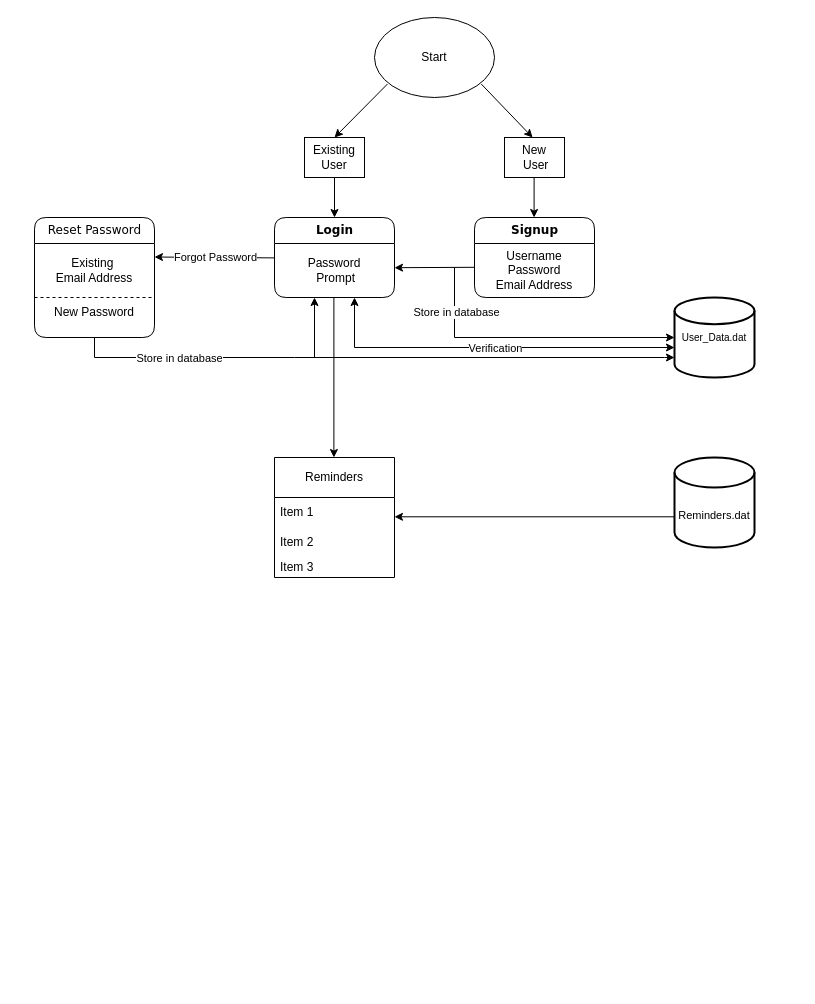
Nischall01/DDMS keeps this draw.io diagram as Untitled Diagram.drawio. Above is the earlier version. Source tidied: cells renumbered, new cells numbered last; positions are measured from the earlier drawing's top-left corner, leaving out a move shared by most shapes. Both pictures are drawn from the tidied source at 100%, with x=0, y=0 at pixel (34, 17).
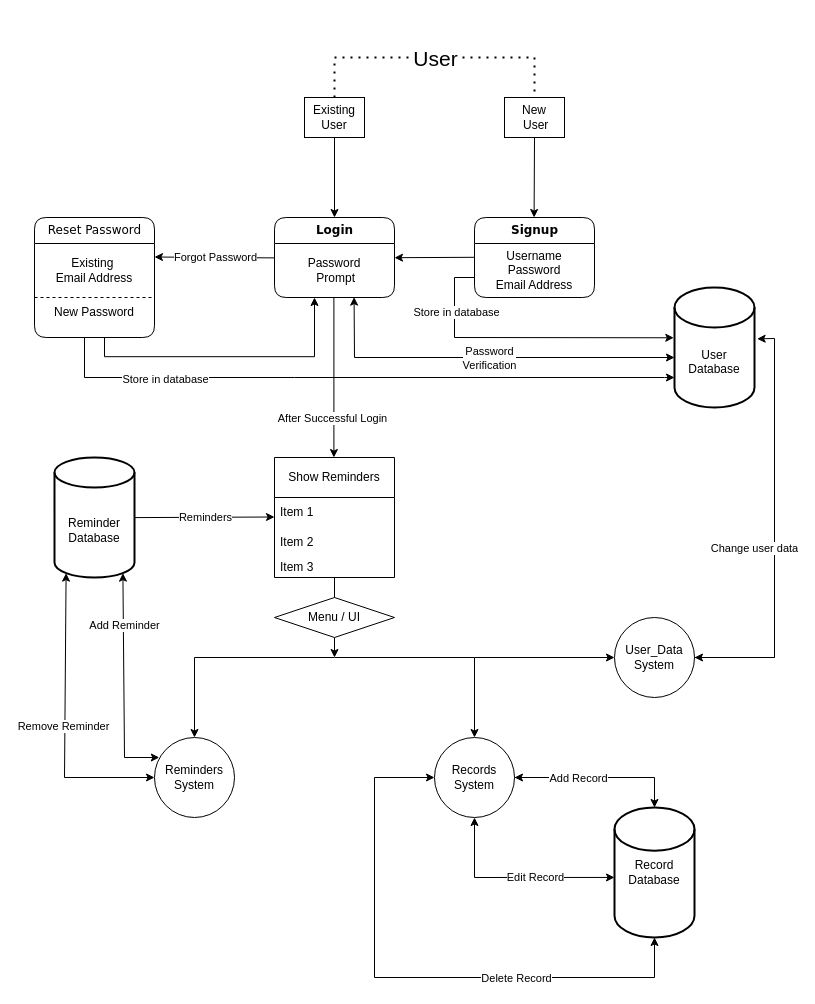
The same page after the edit.

Unchanged cells that the change refers to:
```xml
<mxCell id="7" value="&lt;h4&gt;Login&lt;/h4&gt;" style="swimlane;html=1;fontStyle=0;horizontal=1;startSize=26;swimlaneFillColor=#ffffff;align=center;rounded=1;shadow=0;comic=0;labelBackgroundColor=none;strokeWidth=1;fontFamily=Verdana;fontSize=12;" parent="1" vertex="1">
  <mxGeometry x="240" y="200" width="120" height="80" as="geometry" />
</mxCell>
<mxCell id="21" style="endArrow=classic;html=1;rounded=0;" parent="1" edge="1">
  <mxGeometry relative="1" as="geometry">
    <mxPoint x="299.4" y="280" as="sourcePoint" />
    <mxPoint x="299.4" y="440" as="targetPoint" />
  </mxGeometry>
</mxCell>
<mxCell id="30" value="&lt;div align=&quot;center&quot;&gt;Password&lt;/div&gt;&lt;div&gt;&amp;nbsp;Prompt&lt;/div&gt;" style="text;strokeColor=none;fillColor=none;align=center;verticalAlign=middle;spacingLeft=4;spacingRight=4;overflow=hidden;points=[[0,0.5],[1,0.5]];portConstraint=eastwest;whiteSpace=wrap;html=1;labelBackgroundColor=none;" parent="1" vertex="1">
  <mxGeometry x="240" y="226" width="120" height="54" as="geometry" />
</mxCell>
```

What changed in the source:
```diff
@@
-    <mxCell id="4" value="Start" style="ellipse;whiteSpace=wrap;html=1;labelBackgroundColor=none;" parent="1" vertex="1">
-      <mxGeometry x="340" width="120" height="80" as="geometry" />
-    </mxCell>
-    <mxCell id="5" style="endArrow=classic;html=1;rounded=0;exitX=0.108;exitY=0.832;exitDx=0;exitDy=0;exitPerimeter=0;labelBackgroundColor=none;fontColor=default;" parent="1" edge="1" source="4">
-      <mxGeometry relative="1" as="geometry">
-        <mxPoint x="300" y="120" as="targetPoint" />
-      </mxGeometry>
-    </mxCell>
-    <mxCell id="6" style="endArrow=classic;html=1;rounded=0;exitX=0.89;exitY=0.832;exitDx=0;exitDy=0;exitPerimeter=0;labelBackgroundColor=none;fontColor=default;" parent="1" edge="1" source="4">
-      <mxGeometry relative="1" as="geometry">
-        <mxPoint x="498.1" y="120" as="targetPoint" />
-      </mxGeometry>
-    </mxCell>
@@
     <mxCell id="14" style="endArrow=classic;html=1;rounded=0;entryX=0.997;entryY=0.449;entryDx=0;entryDy=0;entryPerimeter=0;exitX=-0.005;exitY=0.44;exitDx=0;exitDy=0;exitPerimeter=0;" parent="1" edge="1">
       <mxGeometry relative="1" as="geometry">
-        <mxPoint x="440.4" y="249.8" as="sourcePoint" />
-        <mxPoint x="360" y="250.2" as="targetPoint" />
+        <mxPoint x="440.4" y="239.8" as="sourcePoint" />
+        <mxPoint x="360" y="240.2" as="targetPoint" />
       </mxGeometry>
     </mxCell>
-    <mxCell id="15" style="endArrow=classic;html=1;rounded=0;entryX=0.248;entryY=1.103;entryDx=0;entryDy=0;entryPerimeter=0;" parent="1" edge="1">
+    <mxCell id="15" style="endArrow=classic;html=1;rounded=0;entryX=0.333;entryY=1.015;entryDx=0;entryDy=0;entryPerimeter=0;" parent="1" edge="1">
       <mxGeometry relative="1" as="geometry">
-        <mxPoint x="280" y="340" as="sourcePoint" />
+        <mxPoint x="70" y="320" as="sourcePoint" />
         <mxPoint x="280" y="280" as="targetPoint" />
+        <Array as="points">
+          <mxPoint x="70" y="339.2" />
+          <mxPoint x="280" y="339.2" />
+        </Array>
       </mxGeometry>
     </mxCell>
-    <mxCell id="16" value="&lt;p style=&quot;line-height: 120%;&quot;&gt;&lt;/p&gt;&lt;div align=&quot;center&quot;&gt;&lt;font style=&quot;font-size: 10px;&quot;&gt;User_Data.dat&lt;/font&gt;&lt;/div&gt;&lt;p&gt;&lt;/p&gt;" style="strokeWidth=2;html=1;shape=mxgraph.flowchart.database;whiteSpace=wrap;align=center;" parent="1" vertex="1">
-      <mxGeometry x="640" y="280" width="80" height="80" as="geometry" />
+    <mxCell id="16" value="&lt;p style=&quot;line-height: 100%;&quot;&gt;&lt;/p&gt;&lt;div&gt;&lt;br&gt;&lt;/div&gt;&lt;div&gt;&lt;br&gt;&lt;/div&gt;&lt;div&gt;User &lt;br&gt;&lt;/div&gt;&lt;div&gt;Database&lt;/div&gt;&lt;p&gt;&lt;/p&gt;" style="strokeWidth=2;html=1;shape=mxgraph.flowchart.database;whiteSpace=wrap;align=center;" parent="1" vertex="1">
+      <mxGeometry x="640" y="270" width="80" height="120" as="geometry" />
     </mxCell>
-    <mxCell id="17" style="endArrow=classic;html=1;rounded=0;entryX=0;entryY=0.5;entryDx=0;entryDy=0;entryPerimeter=0;" parent="1" edge="1" target="16">
+    <mxCell id="17" style="endArrow=classic;html=1;rounded=0;entryX=-0.009;entryY=0.419;entryDx=0;entryDy=0;entryPerimeter=0;" parent="1" edge="1" target="16">
       <mxGeometry relative="1" as="geometry">
-        <mxPoint x="420" y="250" as="sourcePoint" />
+        <mxPoint x="440" y="260" as="sourcePoint" />
         <Array as="points">
+          <mxPoint x="420" y="260" />
           <mxPoint x="420" y="320" />
         </Array>
       </mxGeometry>
     </mxCell>
     <mxCell id="18" value="&lt;div&gt;Store in database&lt;/div&gt;" style="edgeLabel;html=1;align=center;verticalAlign=middle;" parent="17" vertex="1">
       <mxGeometry x="-0.81" y="1" relative="1" as="geometry">
-        <mxPoint y="16" as="offset" />
+        <mxPoint y="26" as="offset" />
       </mxGeometry>
     </mxCell>
-    <mxCell id="19" style="endArrow=classic;startArrow=classic;html=1;rounded=0;" parent="1" edge="1">
+    <mxCell id="19" style="endArrow=classic;startArrow=classic;html=1;rounded=0;entryX=0.663;entryY=0.993;entryDx=0;entryDy=0;entryPerimeter=0;" parent="1" edge="1" target="30">
       <mxGeometry relative="1" as="geometry">
-        <mxPoint x="640" y="330" as="sourcePoint" />
-        <mxPoint x="320" y="280" as="targetPoint" />
+        <mxPoint x="640" y="340" as="sourcePoint" />
         <Array as="points">
-          <mxPoint x="320" y="330" />
+          <mxPoint x="320" y="340" />
         </Array>
       </mxGeometry>
     </mxCell>
-    <mxCell id="20" value="&lt;div&gt;Verification&lt;/div&gt;" style="edgeLabel;html=1;align=center;verticalAlign=middle;" parent="19" vertex="1">
+    <mxCell id="20" value="Password&lt;div&gt;Verification&lt;/div&gt;" style="edgeLabel;html=1;align=center;verticalAlign=middle;" parent="19" vertex="1">
       <mxGeometry x="0.05" y="1" relative="1" as="geometry">
         <mxPoint x="14" y="-1" as="offset" />
       </mxGeometry>
     </mxCell>
@@
+    <mxCell id="35" value="After Successful Login" style="edgeLabel;html=1;align=center;verticalAlign=middle;" parent="21" vertex="1">
+      <mxGeometry x="0.25" y="-2" relative="1" as="geometry">
+        <mxPoint y="20" as="offset" />
+      </mxGeometry>
+    </mxCell>
-    <mxCell id="22" style="endArrow=classic;html=1;rounded=0;exitX=0.5;exitY=1;exitDx=0;exitDy=0;" parent="1" edge="1">
+    <mxCell id="22" style="endArrow=classic;html=1;rounded=0;" parent="1" edge="1">
       <mxGeometry relative="1" as="geometry">
-        <mxPoint x="60" y="320" as="sourcePoint" />
-        <mxPoint x="640" y="340" as="targetPoint" />
+        <mxPoint x="50" y="320" as="sourcePoint" />
+        <mxPoint x="640" y="360" as="targetPoint" />
         <Array as="points">
-          <mxPoint x="60" y="340" />
-          <mxPoint x="260" y="340" />
-          <mxPoint x="630" y="340" />
+          <mxPoint x="50" y="320" />
+          <mxPoint x="50" y="360" />
+          <mxPoint x="260" y="360" />
+          <mxPoint x="630" y="360" />
         </Array>
       </mxGeometry>
     </mxCell>
     <mxCell id="23" value="Store in database" style="edgeLabel;html=1;align=center;verticalAlign=middle;" parent="22" vertex="1">
       <mxGeometry x="-0.92" relative="1" as="geometry">
-        <mxPoint x="80" as="offset" />
+        <mxPoint x="80" y="16" as="offset" />
       </mxGeometry>
     </mxCell>
-    <mxCell id="24" value="Reminders" style="swimlane;fontStyle=0;horizontal=1;startSize=40;whiteSpace=wrap;html=1;" parent="1" vertex="1">
+    <mxCell id="24" value="Show Reminders" style="swimlane;fontStyle=0;horizontal=1;startSize=40;whiteSpace=wrap;html=1;" parent="1" vertex="1">
       <mxGeometry x="240" y="440" width="120" height="120" as="geometry" />
     </mxCell>
@@
+    <mxCell id="36" style="endArrow=classic;html=1;rounded=0;" parent="24" edge="1" source="54">
+      <mxGeometry relative="1" as="geometry">
+        <mxPoint x="60" y="200" as="targetPoint" />
+      </mxGeometry>
+    </mxCell>
@@
-    <mxCell id="28" style="endArrow=classic;html=1;rounded=0;entryX=1.025;entryY=0.081;entryDx=0;entryDy=0;entryPerimeter=0;" parent="1" edge="1">
+    <mxCell id="28" style="endArrow=classic;html=1;rounded=0;exitX=0;exitY=0.5;exitDx=0;exitDy=0;entryX=1;entryY=0;entryDx=0;entryDy=82.5;entryPerimeter=0;" parent="1" edge="1">
       <mxGeometry relative="1" as="geometry">
-        <mxPoint x="640" y="499.3" as="sourcePoint" />
-        <mxPoint x="360" y="499.3" as="targetPoint" />
+        <mxPoint x="100" y="500.1" as="sourcePoint" />
+        <mxPoint x="240" y="499.5" as="targetPoint" />
       </mxGeometry>
     </mxCell>
+    <mxCell id="37" value="Reminders" style="edgeLabel;html=1;align=center;verticalAlign=middle;" parent="28" vertex="1">
+      <mxGeometry x="-0.07" y="-2" relative="1" as="geometry">
+        <mxPoint x="5" y="-2" as="offset" />
+      </mxGeometry>
+    </mxCell>
-    <mxCell id="29" value="&lt;font style=&quot;font-size: 11px;&quot;&gt;Reminders.dat&lt;/font&gt;" style="shape=cylinder3;whiteSpace=wrap;html=1;boundedLbl=1;backgroundOutline=1;size=15;strokeWidth=2;" parent="1" vertex="1">
-      <mxGeometry x="640" y="440" width="80" height="90" as="geometry" />
+    <mxCell id="29" value="&lt;p align=&quot;center&quot; style=&quot;line-height: 100%;&quot;&gt;&lt;/p&gt;&lt;div align=&quot;center&quot;&gt;Reminder &lt;br&gt;&lt;/div&gt;&lt;div align=&quot;center&quot;&gt;Database&lt;br&gt;&lt;/div&gt;&lt;p align=&quot;center&quot;&gt;&lt;/p&gt;" style="shape=cylinder3;whiteSpace=wrap;html=1;boundedLbl=1;backgroundOutline=1;size=15;strokeWidth=2;align=center;" parent="1" vertex="1">
+      <mxGeometry x="20" y="440" width="80" height="120" as="geometry" />
     </mxCell>
@@
     <mxCell id="31" value="Existing User" style="rounded=0;whiteSpace=wrap;html=1;" parent="1" vertex="1">
-      <mxGeometry x="270" y="120" width="60" height="40" as="geometry" />
+      <mxGeometry x="270" y="80" width="60" height="40" as="geometry" />
     </mxCell>
     <mxCell id="32" value="&lt;div&gt;New&lt;/div&gt;&lt;div&gt;&amp;nbsp;User&lt;/div&gt;" style="rounded=0;whiteSpace=wrap;html=1;" parent="1" vertex="1">
-      <mxGeometry x="470" y="120" width="60" height="40" as="geometry" />
+      <mxGeometry x="470" y="80" width="60" height="40" as="geometry" />
     </mxCell>
-    <mxCell id="33" style="endArrow=classic;html=1;rounded=0;entryX=0.5;entryY=0;entryDx=0;entryDy=0;" parent="1" edge="1" target="7">
-      <mxGeometry relative="1" as="geometry">
-        <mxPoint x="300" y="160" as="sourcePoint" />
-      </mxGeometry>
+    <mxCell id="33" style="endArrow=classic;html=1;rounded=0;entryX=0.5;entryY=0;entryDx=0;entryDy=0;exitX=0.5;exitY=1;exitDx=0;exitDy=0;" parent="1" edge="1" source="31" target="7">
+      <mxGeometry relative="1" as="geometry" />
     </mxCell>
-    <mxCell id="34" style="endArrow=classic;html=1;rounded=0;entryX=0.5;entryY=0;entryDx=0;entryDy=0;" parent="1" edge="1">
+    <mxCell id="34" style="endArrow=classic;html=1;rounded=0;entryX=0.5;entryY=0;entryDx=0;entryDy=0;exitX=0.5;exitY=1;exitDx=0;exitDy=0;" parent="1" edge="1" source="32">
       <mxGeometry relative="1" as="geometry">
-        <mxPoint x="499.6" y="160" as="sourcePoint" />
         <mxPoint x="499.6" y="200" as="targetPoint" />
       </mxGeometry>
     </mxCell>
+    <mxCell id="38" style="endArrow=classic;startArrow=classic;html=1;rounded=0;" parent="1" edge="1">
+      <mxGeometry relative="1" as="geometry">
+        <mxPoint x="160" y="720" as="sourcePoint" />
+        <mxPoint x="440" y="720" as="targetPoint" />
+        <Array as="points">
+          <mxPoint x="160" y="640" />
+          <mxPoint x="300" y="640" />
+          <mxPoint x="440" y="640" />
+        </Array>
+      </mxGeometry>
+    </mxCell>
+    <mxCell id="39" style="endArrow=none;dashed=1;html=1;dashPattern=1 3;strokeWidth=2;rounded=0;entryX=0.5;entryY=0;entryDx=0;entryDy=0;" parent="1" edge="1" target="32">
+      <mxGeometry relative="1" as="geometry">
+        <mxPoint x="300" y="80" as="sourcePoint" />
+        <Array as="points">
+          <mxPoint x="300" y="40" />
+          <mxPoint x="500" y="40" />
+        </Array>
+      </mxGeometry>
+    </mxCell>
+    <mxCell id="40" value="&lt;font style=&quot;font-size: 21px;&quot;&gt;User&lt;/font&gt;" style="edgeLabel;html=1;align=center;verticalAlign=middle;" parent="39" vertex="1">
+      <mxGeometry x="-0.1" relative="1" as="geometry">
+        <mxPoint x="14" as="offset" />
+      </mxGeometry>
+    </mxCell>
+    <mxCell id="41" value="&lt;div&gt;Records&lt;/div&gt;&lt;div&gt;System&lt;br&gt;&lt;/div&gt;" style="ellipse;whiteSpace=wrap;html=1;" parent="1" vertex="1">
+      <mxGeometry x="400" y="720" width="80" height="80" as="geometry" />
+    </mxCell>
+    <mxCell id="42" value="&lt;div&gt;Reminders&lt;/div&gt;&lt;div&gt;System&lt;/div&gt;" style="ellipse;whiteSpace=wrap;html=1;" parent="1" vertex="1">
+      <mxGeometry x="120" y="720" width="80" height="80" as="geometry" />
+    </mxCell>
+    <mxCell id="43" style="endArrow=classic;html=1;rounded=0;entryX=0.855;entryY=1;entryDx=0;entryDy=-4.35;entryPerimeter=0;" parent="1" edge="1" target="29">
+      <mxGeometry relative="1" as="geometry">
+        <mxPoint x="90" y="740" as="sourcePoint" />
+        <Array as="points">
+          <mxPoint x="90" y="740" />
+        </Array>
+      </mxGeometry>
+    </mxCell>
+    <mxCell id="44" value="Add Reminder" style="edgeLabel;html=1;align=center;verticalAlign=middle;" parent="43" vertex="1">
+      <mxGeometry x="-0.25" y="-1" relative="1" as="geometry">
+        <mxPoint x="-1" y="-63" as="offset" />
+      </mxGeometry>
+    </mxCell>
+    <mxCell id="45" style="endArrow=classic;startArrow=classic;html=1;rounded=0;entryX=0;entryY=0.5;entryDx=0;entryDy=0;exitX=0.145;exitY=1;exitDx=0;exitDy=-4.35;exitPerimeter=0;" parent="1" edge="1" source="29" target="42">
+      <mxGeometry relative="1" as="geometry">
+        <Array as="points">
+          <mxPoint x="30" y="760" />
+        </Array>
+      </mxGeometry>
+    </mxCell>
+    <mxCell id="46" value="Remove Reminder" style="edgeLabel;html=1;align=center;verticalAlign=middle;" parent="45" vertex="1">
+      <mxGeometry x="0.2" relative="1" as="geometry">
+        <mxPoint x="-2" y="-24" as="offset" />
+      </mxGeometry>
+    </mxCell>
+    <mxCell id="47" value="Record&lt;br&gt;&lt;div&gt;Database&lt;/div&gt;" style="strokeWidth=2;html=1;shape=mxgraph.flowchart.database;whiteSpace=wrap;align=center;" parent="1" vertex="1">
+      <mxGeometry x="580" y="790" width="80" height="130" as="geometry" />
+    </mxCell>
+    <mxCell id="48" style="endArrow=classic;html=1;rounded=0;entryX=0.5;entryY=0;entryDx=0;entryDy=0;entryPerimeter=0;" parent="1" edge="1" target="47">
+      <mxGeometry relative="1" as="geometry">
+        <mxPoint x="480" y="760" as="sourcePoint" />
+        <Array as="points">
+          <mxPoint x="620" y="760" />
+        </Array>
+      </mxGeometry>
+    </mxCell>
+    <mxCell id="49" value="&lt;div&gt;Add Record&lt;/div&gt;" style="edgeLabel;html=1;align=center;verticalAlign=middle;" parent="48" vertex="1">
+      <mxGeometry x="-0.26" relative="1" as="geometry" />
+    </mxCell>
+    <mxCell id="50" style="endArrow=classic;startArrow=classic;html=1;rounded=0;exitX=0;exitY=0.538;exitDx=0;exitDy=0;exitPerimeter=0;" parent="1" edge="1" source="47">
+      <mxGeometry relative="1" as="geometry">
+        <mxPoint x="440" y="800" as="targetPoint" />
+        <Array as="points">
+          <mxPoint x="440" y="860" />
+        </Array>
+      </mxGeometry>
+    </mxCell>
+    <mxCell id="51" value="Edit Record" style="edgeLabel;html=1;align=center;verticalAlign=middle;" parent="50" vertex="1">
+      <mxGeometry x="-0.19" y="3" relative="1" as="geometry">
+        <mxPoint x="1" y="-3" as="offset" />
+      </mxGeometry>
+    </mxCell>
+    <mxCell id="52" style="endArrow=classic;startArrow=classic;html=1;rounded=0;exitX=0.5;exitY=1;exitDx=0;exitDy=0;exitPerimeter=0;" parent="1" edge="1" source="47">
+      <mxGeometry relative="1" as="geometry">
+        <mxPoint x="400" y="760" as="targetPoint" />
+        <Array as="points">
+          <mxPoint x="620" y="960" />
+          <mxPoint x="340" y="960" />
+          <mxPoint x="340" y="760" />
+        </Array>
+      </mxGeometry>
+    </mxCell>
+    <mxCell id="53" value="Delete Record" style="edgeLabel;html=1;align=center;verticalAlign=middle;" parent="52" vertex="1">
+      <mxGeometry x="-0.37" y="-3" relative="1" as="geometry">
+        <mxPoint x="4" y="3" as="offset" />
+      </mxGeometry>
+    </mxCell>
+    <mxCell id="54" value="Menu / UI" style="rhombus;whiteSpace=wrap;html=1;" parent="1" vertex="1">
+      <mxGeometry x="240" y="580" width="120" height="40" as="geometry" />
+    </mxCell>
+    <mxCell id="55" style="endArrow=none;html=1;rounded=0;exitX=0.5;exitY=0;exitDx=0;exitDy=0;" parent="1" edge="1" source="54">
+      <mxGeometry relative="1" as="geometry">
+        <mxPoint x="300" y="560" as="targetPoint" />
+      </mxGeometry>
+    </mxCell>
+    <mxCell id="56" style="endArrow=classic;html=1;rounded=0;entryX=0.06;entryY=0.25;entryDx=0;entryDy=0;entryPerimeter=0;" parent="1" edge="1" target="42">
+      <mxGeometry relative="1" as="geometry">
+        <mxPoint x="90" y="740" as="sourcePoint" />
+      </mxGeometry>
+    </mxCell>
+    <mxCell id="57" style="endArrow=classic;html=1;rounded=0;entryX=1;entryY=0.5;entryDx=0;entryDy=0;" parent="1" edge="1" target="41">
+      <mxGeometry relative="1" as="geometry">
+        <mxPoint x="510" y="760" as="sourcePoint" />
+      </mxGeometry>
+    </mxCell>
+    <mxCell id="58" style="endArrow=classic;html=1;rounded=0;" parent="1" edge="1">
+      <mxGeometry relative="1" as="geometry">
+        <mxPoint x="440" y="640" as="sourcePoint" />
+        <mxPoint x="580" y="640" as="targetPoint" />
+      </mxGeometry>
+    </mxCell>
+    <mxCell id="59" value="User_Data&lt;br&gt;System" style="ellipse;whiteSpace=wrap;html=1;" parent="1" vertex="1">
+      <mxGeometry x="580" y="600" width="80" height="80" as="geometry" />
+    </mxCell>
+    <mxCell id="60" style="endArrow=classic;html=1;rounded=0;entryX=1.033;entryY=0.428;entryDx=0;entryDy=0;entryPerimeter=0;" parent="1" edge="1" target="16">
+      <mxGeometry relative="1" as="geometry">
+        <mxPoint x="660" y="640" as="sourcePoint" />
+        <Array as="points">
+          <mxPoint x="740" y="640" />
+          <mxPoint x="740" y="321" />
+        </Array>
+      </mxGeometry>
+    </mxCell>
+    <mxCell id="61" value="Change user data" style="edgeLabel;html=1;align=center;verticalAlign=middle;" parent="60" vertex="1">
+      <mxGeometry x="-0.82" relative="1" as="geometry">
+        <mxPoint x="22" y="-110" as="offset" />
+      </mxGeometry>
+    </mxCell>
+    <mxCell id="62" style="endArrow=classic;html=1;rounded=0;entryX=1;entryY=0.5;entryDx=0;entryDy=0;" parent="1" edge="1" target="59">
+      <mxGeometry relative="1" as="geometry">
+        <mxPoint x="740" y="640" as="sourcePoint" />
+      </mxGeometry>
+    </mxCell>
```
